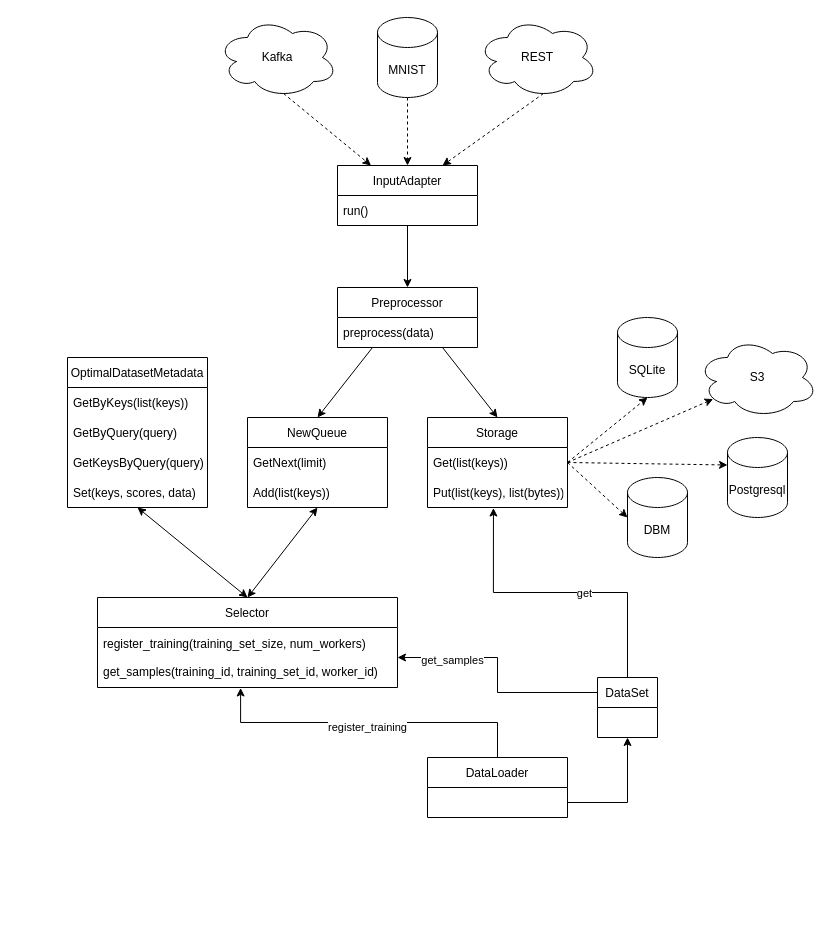
This is docs/graphs/Architecture.drawio from eth-easl/modyn, a draw.io file, before an edit. Source tidied: cells renumbered, new cells numbered last; positions are measured from the earlier drawing's top-left corner, leaving out a move shared by most shapes. Both pictures are drawn from the tidied source at 100%, with x=0, y=0 at pixel (67, 17).
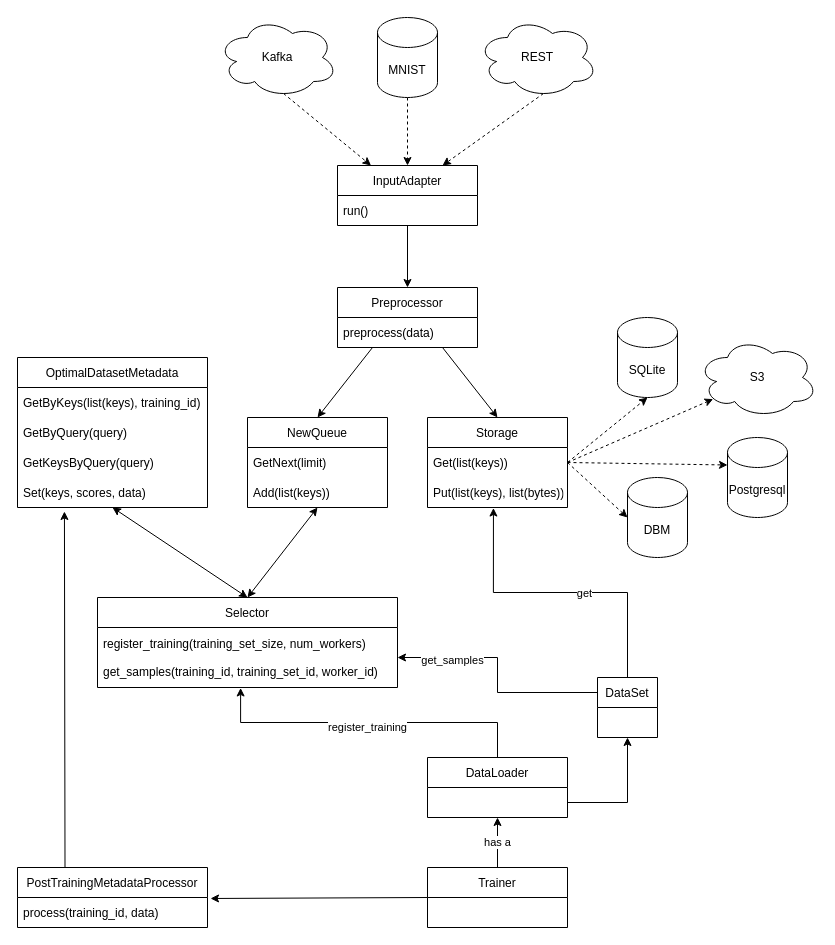
The same page after the edit.

Unchanged cells that the change refers to:
```xml
<mxCell id="41" value="DataLoader" style="swimlane;fontStyle=0;horizontal=1;startSize=30;" parent="1" vertex="1">
  <mxGeometry x="360" y="740" width="140" height="60" as="geometry" />
</mxCell>
```

Change to the diagram source:
```diff
@@
     <mxCell id="9" value="OptimalDatasetMetadata" style="swimlane;fontStyle=0;horizontal=1;startSize=30;" parent="1" vertex="1">
-      <mxGeometry y="340" width="140" height="150" as="geometry" />
+      <mxGeometry x="-50" y="340" width="190" height="150" as="geometry" />
     </mxCell>
-    <mxCell id="10" value="GetByKeys(list(keys))" style="text;strokeColor=none;fillColor=none;align=left;verticalAlign=middle;spacingLeft=4;spacingRight=4;overflow=hidden;" parent="9" vertex="1">
-      <mxGeometry y="30" width="140" height="30" as="geometry" />
+    <mxCell id="10" value="GetByKeys(list(keys), training_id)" style="text;strokeColor=none;fillColor=none;align=left;verticalAlign=middle;spacingLeft=4;spacingRight=4;overflow=hidden;" parent="9" vertex="1">
+      <mxGeometry y="30" width="190" height="30" as="geometry" />
     </mxCell>
     <mxCell id="11" value="GetByQuery(query)" style="text;strokeColor=none;fillColor=none;align=left;verticalAlign=middle;spacingLeft=4;spacingRight=4;overflow=hidden;" parent="9" vertex="1">
-      <mxGeometry y="60" width="140" height="30" as="geometry" />
+      <mxGeometry y="60" width="190" height="30" as="geometry" />
     </mxCell>
     <mxCell id="12" value="GetKeysByQuery(query)" style="text;strokeColor=none;fillColor=none;align=left;verticalAlign=middle;spacingLeft=4;spacingRight=4;overflow=hidden;" parent="9" vertex="1">
-      <mxGeometry y="90" width="140" height="30" as="geometry" />
+      <mxGeometry y="90" width="190" height="30" as="geometry" />
     </mxCell>
     <mxCell id="13" value="Set(keys, scores, data)" style="text;strokeColor=none;fillColor=none;align=left;verticalAlign=middle;spacingLeft=4;spacingRight=4;overflow=hidden;points=[[0,0.5],[1,0.5]];portConstraint=eastwest;" parent="9" vertex="1">
-      <mxGeometry y="120" width="140" height="30" as="geometry" />
+      <mxGeometry y="120" width="190" height="30" as="geometry" />
     </mxCell>
@@
+    <mxCell id="47" style="edgeStyle=none;html=1;exitX=0.5;exitY=0;exitDx=0;exitDy=0;entryX=0.5;entryY=1;entryDx=0;entryDy=0;" parent="1" edge="1" source="50" target="41">
+      <mxGeometry relative="1" as="geometry" />
+    </mxCell>
+    <mxCell id="48" value="has a" style="edgeLabel;html=1;align=center;verticalAlign=middle;" parent="47" vertex="1">
+      <mxGeometry x="0.04" y="1" relative="1" as="geometry" />
+    </mxCell>
+    <mxCell id="49" style="edgeStyle=none;html=1;exitX=0;exitY=0.5;exitDx=0;exitDy=0;entryX=1.016;entryY=0.033;entryDx=0;entryDy=0;entryPerimeter=0;" parent="1" edge="1" source="50" target="53">
+      <mxGeometry relative="1" as="geometry" />
+    </mxCell>
+    <mxCell id="50" value="Trainer" style="swimlane;fontStyle=0;horizontal=1;startSize=30;" parent="1" vertex="1">
+      <mxGeometry x="360" y="850" width="140" height="60" as="geometry" />
+    </mxCell>
+    <mxCell id="51" style="edgeStyle=none;html=1;exitX=0.25;exitY=0;exitDx=0;exitDy=0;entryX=0.247;entryY=1.133;entryDx=0;entryDy=0;entryPerimeter=0;" parent="1" edge="1" source="52" target="13">
+      <mxGeometry relative="1" as="geometry" />
+    </mxCell>
+    <mxCell id="52" value="PostTrainingMetadataProcessor" style="swimlane;fontStyle=0;horizontal=1;startSize=30;" parent="1" vertex="1">
+      <mxGeometry x="-50" y="850" width="190" height="60" as="geometry" />
+    </mxCell>
+    <mxCell id="53" value="process(training_id, data)" style="text;strokeColor=none;fillColor=none;align=left;verticalAlign=middle;spacingLeft=4;spacingRight=4;overflow=hidden;points=[[0,0.5],[1,0.5]];portConstraint=eastwest;" parent="52" vertex="1">
+      <mxGeometry y="30" width="190" height="30" as="geometry" />
+    </mxCell>
```
